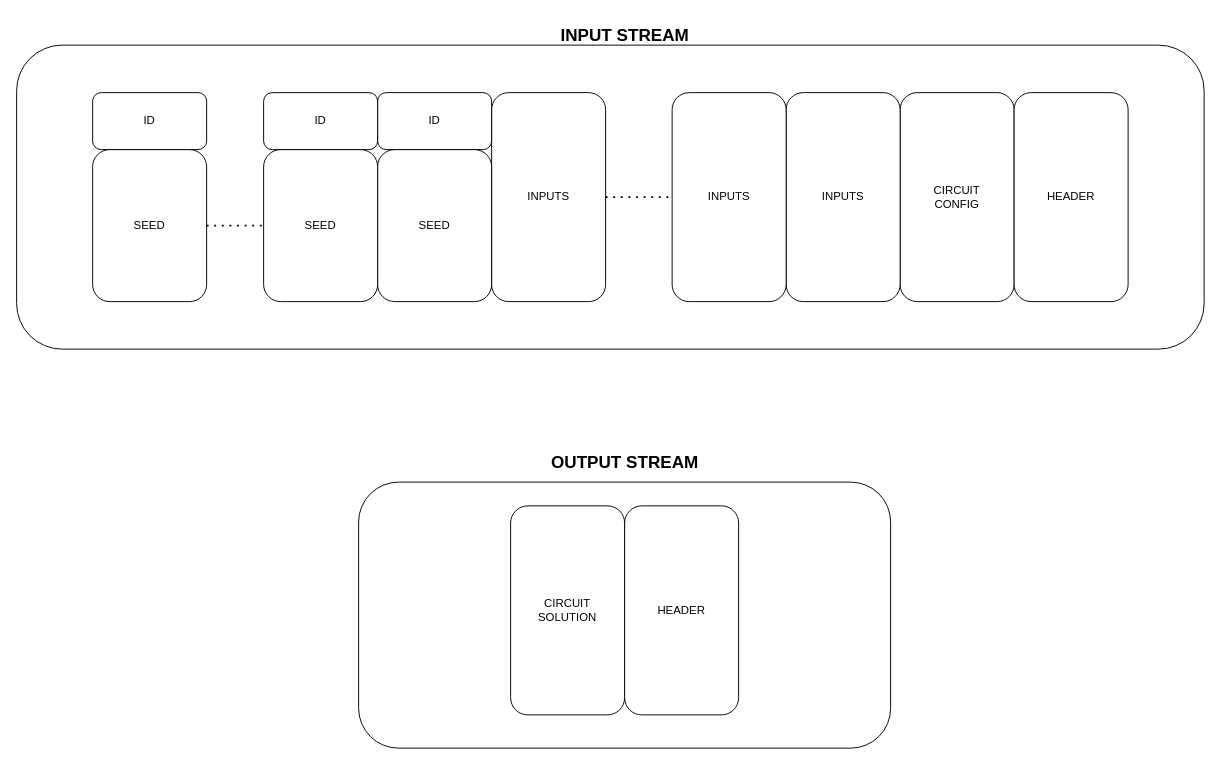
Earlier version of the draw.io diagram page "Stream Intreface to System" (2 of 6) of Docs/High-level-Architecture.drawio (gausslabs/wayfarer). Source tidied: cells renumbered, new cells numbered last; positions are measured from the earlier drawing's top-left corner, leaving out a move shared by most shapes. Both pictures are drawn from the tidied source at 95%, with x=0, y=0 at pixel (16, 16).
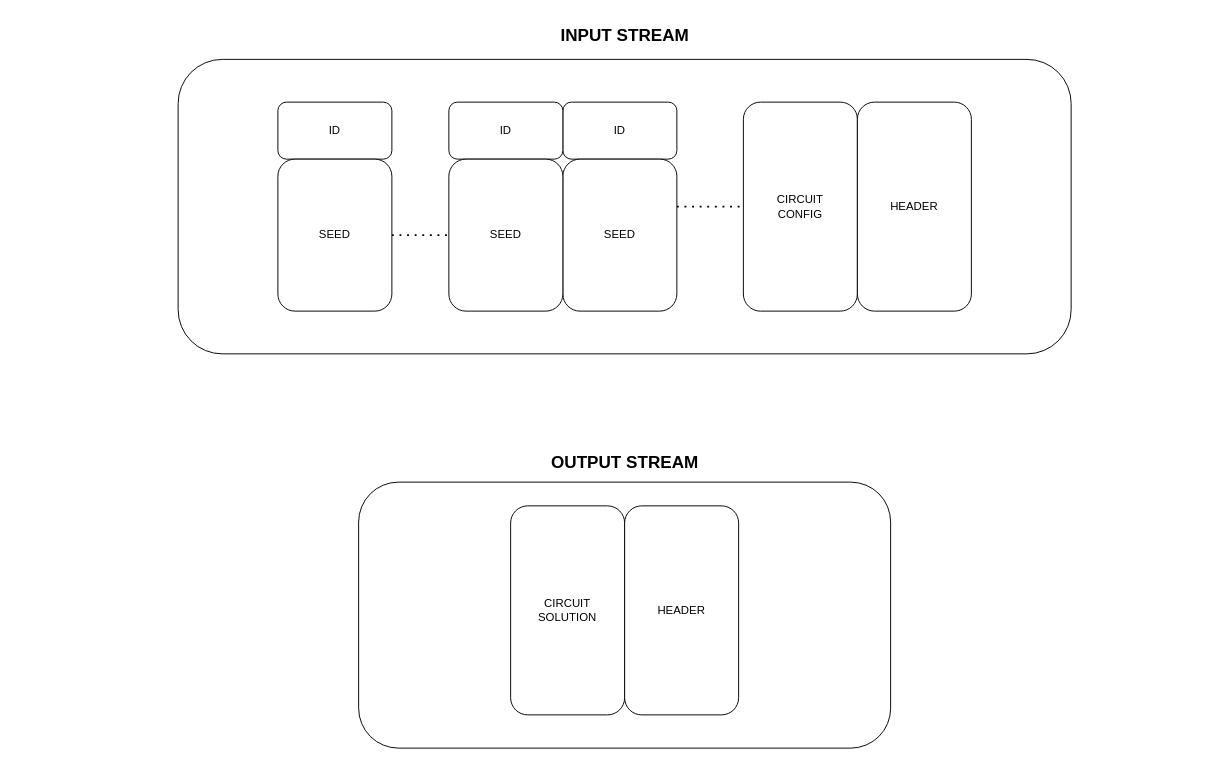
The same diagram, later.

Change to the diagram source:
```diff
@@
     <mxCell id="2" value="CIRCUIT&lt;br&gt;CONFIG" style="rounded=1;whiteSpace=wrap;html=1;" parent="1" vertex="1">
-      <mxGeometry x="930" y="80" width="120" height="220" as="geometry" />
+      <mxGeometry x="765" y="90" width="120" height="220" as="geometry" />
     </mxCell>
-    <mxCell id="3" value="INPUTS" style="rounded=1;whiteSpace=wrap;html=1;" parent="1" vertex="1">
-      <mxGeometry x="810" y="80" width="120" height="220" as="geometry" />
-    </mxCell>
-    <mxCell id="4" value="INPUTS" style="rounded=1;whiteSpace=wrap;html=1;" parent="1" vertex="1">
-      <mxGeometry x="690" y="80" width="120" height="220" as="geometry" />
-    </mxCell>
     <mxCell id="5" value="HEADER" style="rounded=1;whiteSpace=wrap;html=1;" parent="1" vertex="1">
-      <mxGeometry x="1050" y="80" width="120" height="220" as="geometry" />
+      <mxGeometry x="885" y="90" width="120" height="220" as="geometry" />
     </mxCell>
-    <mxCell id="6" value="INPUTS" style="rounded=1;whiteSpace=wrap;html=1;" parent="1" vertex="1">
-      <mxGeometry x="500" y="80" width="120" height="220" as="geometry" />
-    </mxCell>
-    <mxCell id="7" style="endArrow=none;dashed=1;html=1;dashPattern=1 3;strokeWidth=2;rounded=0;entryX=0;entryY=0.5;entryDx=0;entryDy=0;exitX=1;exitY=0.5;exitDx=0;exitDy=0;" parent="1" edge="1" source="6" target="4">
-      <mxGeometry relative="1" as="geometry" />
+    <mxCell id="7" style="endArrow=none;dashed=1;html=1;dashPattern=1 3;strokeWidth=2;rounded=0;entryX=0;entryY=0.5;entryDx=0;entryDy=0;exitX=1;exitY=0.5;exitDx=0;exitDy=0;" parent="1" edge="1">
+      <mxGeometry relative="1" as="geometry">
+        <mxPoint x="695" y="200" as="sourcePoint" />
+        <mxPoint x="765" y="200" as="targetPoint" />
+      </mxGeometry>
     </mxCell>
     <mxCell id="8" value="ID" style="rounded=1;whiteSpace=wrap;html=1;" parent="1" vertex="1">
-      <mxGeometry x="380" y="80" width="120" height="60" as="geometry" />
+      <mxGeometry x="575" y="90" width="120" height="60" as="geometry" />
     </mxCell>
     <mxCell id="9" value="SEED" style="rounded=1;whiteSpace=wrap;html=1;" parent="1" vertex="1">
-      <mxGeometry x="380" y="140" width="120" height="160" as="geometry" />
+      <mxGeometry x="575" y="150" width="120" height="160" as="geometry" />
     </mxCell>
     <mxCell id="10" value="ID" style="rounded=1;whiteSpace=wrap;html=1;" parent="1" vertex="1">
-      <mxGeometry x="260" y="80" width="120" height="60" as="geometry" />
+      <mxGeometry x="455" y="90" width="120" height="60" as="geometry" />
     </mxCell>
     <mxCell id="11" value="SEED" style="rounded=1;whiteSpace=wrap;html=1;" parent="1" vertex="1">
-      <mxGeometry x="260" y="140" width="120" height="160" as="geometry" />
+      <mxGeometry x="455" y="150" width="120" height="160" as="geometry" />
     </mxCell>
     <mxCell id="12" value="ID" style="rounded=1;whiteSpace=wrap;html=1;" parent="1" vertex="1">
-      <mxGeometry x="80" y="80" width="120" height="60" as="geometry" />
+      <mxGeometry x="275" y="90" width="120" height="60" as="geometry" />
     </mxCell>
     <mxCell id="13" value="SEED" style="rounded=1;whiteSpace=wrap;html=1;" parent="1" vertex="1">
-      <mxGeometry x="80" y="140" width="120" height="160" as="geometry" />
+      <mxGeometry x="275" y="150" width="120" height="160" as="geometry" />
     </mxCell>
@@
     <mxCell id="15" style="rounded=1;whiteSpace=wrap;html=1;fillColor=none;" parent="1" vertex="1">
-      <mxGeometry y="30" width="1250" height="320" as="geometry" />
+      <mxGeometry x="170" y="45" width="940" height="310" as="geometry" />
     </mxCell>
```
